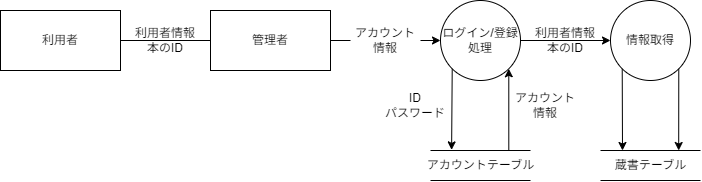
Above: documents/diagrams/DFD_レベル2_返却処理.drawio.png in OMEGA-himajin/book_database (draw.io), before the change. Source tidied: cells renumbered, new cells last; positions are measured from the earlier drawing's top-left corner, leaving out a move shared by most shapes.
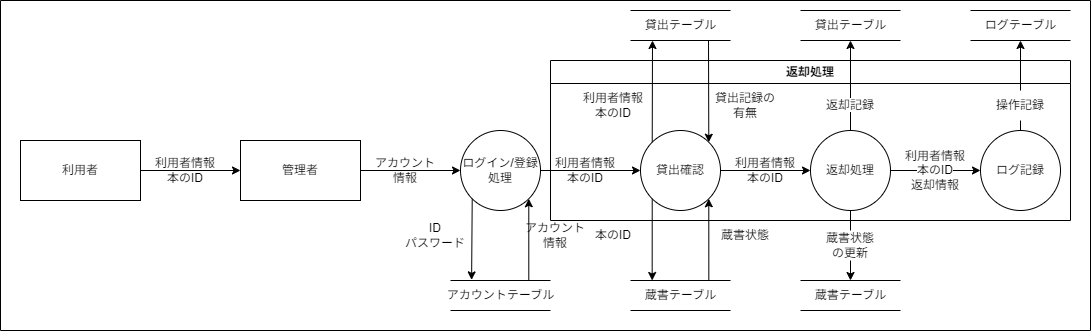
The same diagram one commit later.

The edit, as a diff of the source:
```diff
@@ -2,11 +2,12 @@
   <root>
     <mxCell id="0" />
     <mxCell id="1" parent="0" />
-    <mxCell id="2" style="edgeStyle=none;html=1;strokeColor=#000000;startArrow=none;" parent="1" edge="1" source="11">
-      <mxGeometry relative="1" as="geometry">
-        <mxPoint x="330" y="40" as="targetPoint" />
-      </mxGeometry>
-    </mxCell>
+    <mxCell id="22" style="edgeStyle=none;html=1;strokeColor=#000000;" parent="1" edge="1" source="19" target="33">
+      <mxGeometry relative="1" as="geometry" />
+    </mxCell>
+    <mxCell id="10" style="edgeStyle=none;html=1;strokeColor=#000000;" parent="1" edge="1" source="3" target="11">
+      <mxGeometry relative="1" as="geometry" />
+    </mxCell>
     <mxCell id="3" value="&lt;font color=&quot;#000000&quot;&gt;利用者&lt;/font&gt;" style="rounded=0;whiteSpace=wrap;html=1;fillColor=none;strokeColor=#000000;" parent="1" vertex="1">
       <mxGeometry y="10" width="120" height="60" as="geometry" />
     </mxCell>
@@ -25,14 +26,11 @@
     <mxCell id="8" value="ログイン/登録&lt;br&gt;処理" style="ellipse;whiteSpace=wrap;html=1;labelBackgroundColor=none;fontColor=#000000;fillColor=none;strokeColor=#000000;" parent="1" vertex="1">
       <mxGeometry x="440" width="80" height="80" as="geometry" />
     </mxCell>
-    <mxCell id="9" style="edgeStyle=none;html=1;entryX=0;entryY=0.5;entryDx=0;entryDy=0;strokeColor=#000000;startArrow=none;" parent="1" edge="1" source="16" target="8">
-      <mxGeometry relative="1" as="geometry" />
-    </mxCell>
-    <mxCell id="10" style="edgeStyle=none;html=1;strokeColor=#000000;endArrow=none;" parent="1" edge="1" source="3" target="11">
-      <mxGeometry relative="1" as="geometry" />
-    </mxCell>
+    <mxCell id="23" style="edgeStyle=none;html=1;entryX=0;entryY=0.5;entryDx=0;entryDy=0;strokeColor=#000000;" parent="1" edge="1" source="11" target="8">
+      <mxGeometry relative="1" as="geometry" />
+    </mxCell>
     <mxCell id="11" value="&lt;font color=&quot;#000000&quot;&gt;管理者&lt;/font&gt;" style="rounded=0;whiteSpace=wrap;html=1;fillColor=none;strokeColor=#000000;" parent="1" vertex="1">
-      <mxGeometry x="210" y="10" width="120" height="60" as="geometry" />
+      <mxGeometry x="220" y="10" width="120" height="60" as="geometry" />
     </mxCell>
     <mxCell id="12" value="&lt;font color=&quot;#000000&quot;&gt;アカウントテーブル&lt;/font&gt;" style="html=1;dashed=0;whitespace=wrap;shape=partialRectangle;right=0;left=0;labelBackgroundColor=#FFFFFF;fillColor=none;strokeColor=#000000;" parent="1" vertex="1">
       <mxGeometry x="430" y="150" width="100" height="30" as="geometry" />
@@ -41,32 +39,108 @@
       <mxGeometry x="380" y="90" width="70" height="30" as="geometry" />
     </mxCell>
     <mxCell id="14" value="&lt;font color=&quot;#000000&quot;&gt;アカウント&lt;br&gt;情報&lt;br&gt;&lt;/font&gt;" style="text;html=1;strokeColor=none;fillColor=none;align=center;verticalAlign=middle;whiteSpace=wrap;rounded=0;labelBackgroundColor=none;fontColor=#FFFFFF;" parent="1" vertex="1">
-      <mxGeometry x="510" y="90" width="70" height="30" as="geometry" />
+      <mxGeometry x="500" y="90" width="70" height="30" as="geometry" />
     </mxCell>
-    <mxCell id="15" style="edgeStyle=none;html=1;entryX=0;entryY=0.5;entryDx=0;entryDy=0;strokeColor=#000000;endArrow=none;" parent="1" edge="1" source="11" target="16">
-      <mxGeometry relative="1" as="geometry" />
-    </mxCell>
     <mxCell id="16" value="&lt;font color=&quot;#000000&quot;&gt;アカウント情報&lt;br&gt;&lt;/font&gt;" style="text;html=1;strokeColor=none;fillColor=none;align=center;verticalAlign=middle;whiteSpace=wrap;rounded=0;labelBackgroundColor=none;fontColor=#FFFFFF;" parent="1" vertex="1">
       <mxGeometry x="350" y="25" width="70" height="30" as="geometry" />
     </mxCell>
-    <mxCell id="17" style="edgeStyle=none;html=1;exitX=0;exitY=1;exitDx=0;exitDy=0;strokeColor=#000000;" parent="1" edge="1" source="19">
-      <mxGeometry relative="1" as="geometry">
-        <mxPoint x="622" y="150" as="targetPoint" />
-      </mxGeometry>
-    </mxCell>
-    <mxCell id="18" style="edgeStyle=none;html=1;exitX=1;exitY=1;exitDx=0;exitDy=0;strokeColor=#000000;" parent="1" edge="1" source="19">
-      <mxGeometry relative="1" as="geometry">
-        <mxPoint x="678.2" y="150" as="targetPoint" />
-      </mxGeometry>
-    </mxCell>
+    <mxCell id="24" style="edgeStyle=none;html=1;exitX=0;exitY=1;exitDx=0;exitDy=0;strokeColor=#000000;" parent="1" edge="1" source="19">
+      <mxGeometry relative="1" as="geometry">
+        <mxPoint x="631.7" y="150" as="targetPoint" />
+      </mxGeometry>
+    </mxCell>
+    <mxCell id="25" style="edgeStyle=none;html=1;exitX=1;exitY=1;exitDx=0;exitDy=0;strokeColor=#000000;entryX=1;entryY=1;entryDx=0;entryDy=0;" parent="1" edge="1" target="19">
+      <mxGeometry relative="1" as="geometry">
+        <mxPoint x="688.3" y="150" as="sourcePoint" />
+      </mxGeometry>
+    </mxCell>
+    <mxCell id="26" style="edgeStyle=none;html=1;exitX=0;exitY=0;exitDx=0;exitDy=0;strokeColor=#000000;" parent="1" edge="1" source="19">
+      <mxGeometry relative="1" as="geometry">
+        <mxPoint x="632" y="-90" as="targetPoint" />
+      </mxGeometry>
+    </mxCell>
+    <mxCell id="27" style="edgeStyle=none;html=1;strokeColor=#000000;entryX=1;entryY=0;entryDx=0;entryDy=0;" parent="1" edge="1" target="19">
+      <mxGeometry relative="1" as="geometry">
+        <mxPoint x="688" y="-90" as="sourcePoint" />
+      </mxGeometry>
+    </mxCell>
-    <mxCell id="19" value="情報取得" style="ellipse;whiteSpace=wrap;html=1;labelBackgroundColor=none;fontColor=#000000;fillColor=none;strokeColor=#000000;" parent="1" vertex="1">
-      <mxGeometry x="610" width="80" height="80" as="geometry" />
+    <mxCell id="19" value="貸出確認" style="ellipse;whiteSpace=wrap;html=1;labelBackgroundColor=none;fontColor=#000000;fillColor=none;strokeColor=#000000;" parent="1" vertex="1">
+      <mxGeometry x="620" width="80" height="80" as="geometry" />
     </mxCell>
     <mxCell id="20" value="&lt;font color=&quot;#000000&quot;&gt;利用者情報&lt;br&gt;本のID&lt;br&gt;&lt;/font&gt;" style="text;html=1;strokeColor=none;fillColor=none;align=center;verticalAlign=middle;whiteSpace=wrap;rounded=0;labelBackgroundColor=none;fontColor=#FFFFFF;" parent="1" vertex="1">
       <mxGeometry x="530" y="25" width="70" height="30" as="geometry" />
     </mxCell>
     <mxCell id="21" value="&lt;font color=&quot;#000000&quot;&gt;蔵書テーブル&lt;/font&gt;" style="html=1;dashed=0;whitespace=wrap;shape=partialRectangle;right=0;left=0;labelBackgroundColor=#FFFFFF;fillColor=none;strokeColor=#000000;" parent="1" vertex="1">
-      <mxGeometry x="600" y="150" width="100" height="30" as="geometry" />
+      <mxGeometry x="610" y="150" width="100" height="30" as="geometry" />
     </mxCell>
+    <mxCell id="28" value="&lt;font color=&quot;#000000&quot;&gt;本のID&lt;br&gt;&lt;/font&gt;" style="text;html=1;strokeColor=none;fillColor=none;align=center;verticalAlign=middle;whiteSpace=wrap;rounded=0;labelBackgroundColor=none;fontColor=#FFFFFF;" parent="1" vertex="1">
+      <mxGeometry x="558" y="90" width="70" height="30" as="geometry" />
+    </mxCell>
+    <mxCell id="29" value="&lt;font color=&quot;#000000&quot;&gt;蔵書状態&lt;br&gt;&lt;/font&gt;" style="text;html=1;strokeColor=none;fillColor=none;align=center;verticalAlign=middle;whiteSpace=wrap;rounded=0;labelBackgroundColor=none;fontColor=#FFFFFF;" parent="1" vertex="1">
+      <mxGeometry x="690" y="90" width="70" height="30" as="geometry" />
+    </mxCell>
+    <mxCell id="30" style="edgeStyle=none;html=1;entryX=0.5;entryY=0;entryDx=0;entryDy=0;strokeColor=#000000;startArrow=none;" parent="1" edge="1" source="45" target="38">
+      <mxGeometry relative="1" as="geometry" />
+    </mxCell>
+    <mxCell id="31" style="edgeStyle=none;html=1;entryX=0.5;entryY=1;entryDx=0;entryDy=0;strokeColor=#000000;" parent="1" edge="1" source="33" target="39">
+      <mxGeometry relative="1" as="geometry" />
+    </mxCell>
+    <mxCell id="32" style="edgeStyle=none;html=1;entryX=0;entryY=0.5;entryDx=0;entryDy=0;strokeColor=#000000;" parent="1" edge="1" source="33" target="42">
+      <mxGeometry relative="1" as="geometry" />
+    </mxCell>
+    <mxCell id="33" value="返却処理" style="ellipse;whiteSpace=wrap;html=1;labelBackgroundColor=none;fontColor=#000000;fillColor=none;strokeColor=#000000;" parent="1" vertex="1">
+      <mxGeometry x="790" width="80" height="80" as="geometry" />
+    </mxCell>
+    <mxCell id="34" value="&lt;font color=&quot;#000000&quot;&gt;&lt;span style=&quot;background-color: rgb(255, 255, 255);&quot;&gt;利用者情報&lt;br&gt;&lt;/span&gt;本のID&lt;br&gt;&lt;/font&gt;" style="text;html=1;strokeColor=none;fillColor=none;align=center;verticalAlign=middle;whiteSpace=wrap;rounded=0;labelBackgroundColor=none;fontColor=#FFFFFF;" parent="1" vertex="1">
+      <mxGeometry x="710" y="25" width="70" height="30" as="geometry" />
+    </mxCell>
+    <mxCell id="35" value="&lt;font color=&quot;#000000&quot;&gt;貸出テーブル&lt;/font&gt;" style="html=1;dashed=0;whitespace=wrap;shape=partialRectangle;right=0;left=0;labelBackgroundColor=#FFFFFF;fillColor=none;strokeColor=#000000;" parent="1" vertex="1">
+      <mxGeometry x="610" y="-120" width="100" height="30" as="geometry" />
+    </mxCell>
+    <mxCell id="36" value="&lt;font color=&quot;#000000&quot;&gt;&lt;span style=&quot;background-color: rgb(255, 255, 255);&quot;&gt;利用者情報&lt;br&gt;&lt;/span&gt;本のID&lt;br&gt;&lt;/font&gt;" style="text;html=1;strokeColor=none;fillColor=none;align=center;verticalAlign=middle;whiteSpace=wrap;rounded=0;labelBackgroundColor=none;fontColor=#FFFFFF;" parent="1" vertex="1">
+      <mxGeometry x="558" y="-40" width="70" height="30" as="geometry" />
+    </mxCell>
+    <mxCell id="37" value="&lt;font color=&quot;#000000&quot;&gt;&lt;span style=&quot;background-color: rgb(255, 255, 255);&quot;&gt;貸出記録の有無&lt;/span&gt;&lt;br&gt;&lt;/font&gt;" style="text;html=1;strokeColor=none;fillColor=none;align=center;verticalAlign=middle;whiteSpace=wrap;rounded=0;labelBackgroundColor=none;fontColor=#FFFFFF;" parent="1" vertex="1">
+      <mxGeometry x="690" y="-40" width="70" height="30" as="geometry" />
+    </mxCell>
+    <mxCell id="38" value="&lt;font color=&quot;#000000&quot;&gt;蔵書テーブル&lt;/font&gt;" style="html=1;dashed=0;whitespace=wrap;shape=partialRectangle;right=0;left=0;labelBackgroundColor=#FFFFFF;fillColor=none;strokeColor=#000000;" parent="1" vertex="1">
+      <mxGeometry x="780" y="150" width="100" height="30" as="geometry" />
+    </mxCell>
+    <mxCell id="39" value="&lt;font color=&quot;#000000&quot;&gt;貸出テーブル&lt;/font&gt;" style="html=1;dashed=0;whitespace=wrap;shape=partialRectangle;right=0;left=0;labelBackgroundColor=#FFFFFF;fillColor=none;strokeColor=#000000;" parent="1" vertex="1">
+      <mxGeometry x="780" y="-120" width="100" height="30" as="geometry" />
+    </mxCell>
+    <mxCell id="40" value="&lt;font color=&quot;#000000&quot;&gt;&lt;span style=&quot;background-color: rgb(255, 255, 255);&quot;&gt;返却記録&lt;/span&gt;&lt;br&gt;&lt;/font&gt;" style="text;html=1;strokeColor=none;fillColor=none;align=center;verticalAlign=middle;whiteSpace=wrap;rounded=0;labelBackgroundColor=none;fontColor=#FFFFFF;" parent="1" vertex="1">
+      <mxGeometry x="795" y="-40" width="70" height="30" as="geometry" />
+    </mxCell>
+    <mxCell id="41" style="edgeStyle=none;html=1;entryX=0.5;entryY=1;entryDx=0;entryDy=0;strokeColor=#000000;startArrow=none;" parent="1" edge="1" source="48" target="46">
+      <mxGeometry relative="1" as="geometry" />
+    </mxCell>
+    <mxCell id="42" value="ログ記録" style="ellipse;whiteSpace=wrap;html=1;labelBackgroundColor=none;fontColor=#000000;fillColor=none;strokeColor=#000000;" parent="1" vertex="1">
+      <mxGeometry x="960" width="80" height="80" as="geometry" />
+    </mxCell>
+    <mxCell id="43" value="&lt;font color=&quot;#000000&quot;&gt;&lt;span style=&quot;background-color: rgb(255, 255, 255);&quot;&gt;利用者情報&lt;br&gt;本のID&lt;br&gt;返却情報&lt;/span&gt;&lt;br&gt;&lt;/font&gt;" style="text;html=1;strokeColor=none;fillColor=none;align=center;verticalAlign=middle;whiteSpace=wrap;rounded=0;labelBackgroundColor=none;fontColor=#FFFFFF;" parent="1" vertex="1">
+      <mxGeometry x="880" y="25" width="70" height="30" as="geometry" />
+    </mxCell>
+    <mxCell id="44" style="edgeStyle=none;html=1;entryX=0.5;entryY=0;entryDx=0;entryDy=0;strokeColor=#000000;endArrow=none;" parent="1" edge="1" source="33" target="45">
+      <mxGeometry relative="1" as="geometry" />
+    </mxCell>
+    <mxCell id="45" value="&lt;font color=&quot;#000000&quot;&gt;&lt;span style=&quot;background-color: rgb(255, 255, 255);&quot;&gt;蔵書状態&lt;br&gt;の更新&lt;/span&gt;&lt;br&gt;&lt;/font&gt;" style="text;html=1;strokeColor=none;fillColor=none;align=center;verticalAlign=middle;whiteSpace=wrap;rounded=0;labelBackgroundColor=none;fontColor=#FFFFFF;" parent="1" vertex="1">
+      <mxGeometry x="795" y="100" width="70" height="30" as="geometry" />
+    </mxCell>
+    <mxCell id="46" value="&lt;font color=&quot;#000000&quot;&gt;ログテーブル&lt;/font&gt;" style="html=1;dashed=0;whitespace=wrap;shape=partialRectangle;right=0;left=0;labelBackgroundColor=#FFFFFF;fillColor=none;strokeColor=#000000;" parent="1" vertex="1">
+      <mxGeometry x="950" y="-120" width="100" height="30" as="geometry" />
+    </mxCell>
+    <mxCell id="47" style="edgeStyle=none;html=1;entryX=0.5;entryY=1;entryDx=0;entryDy=0;strokeColor=#000000;endArrow=none;" parent="1" edge="1" source="42" target="48">
+      <mxGeometry relative="1" as="geometry" />
+    </mxCell>
+    <mxCell id="48" value="&lt;font color=&quot;#000000&quot;&gt;&lt;span style=&quot;background-color: rgb(255, 255, 255);&quot;&gt;操作記録&lt;/span&gt;&lt;br&gt;&lt;/font&gt;" style="text;html=1;strokeColor=none;fillColor=none;align=center;verticalAlign=middle;whiteSpace=wrap;rounded=0;labelBackgroundColor=none;fontColor=#FFFFFF;" parent="1" vertex="1">
+      <mxGeometry x="965" y="-40" width="70" height="30" as="geometry" />
+    </mxCell>
+    <mxCell id="49" value="&lt;font color=&quot;#000000&quot;&gt;返却処理&lt;/font&gt;" style="swimlane;whiteSpace=wrap;html=1;labelBackgroundColor=#FFFFFF;strokeColor=#000000;fillColor=none;" parent="1" vertex="1">
+      <mxGeometry x="530" y="-70" width="520" height="160" as="geometry" />
+    </mxCell>
+    <mxCell id="50" style="swimlane;startSize=0;labelBackgroundColor=#FFFFFF;strokeColor=#000000;fontColor=#000000;fillColor=none;" parent="1" vertex="1">
+      <mxGeometry x="-20" y="-130" width="1090" height="330" as="geometry" />
+    </mxCell>
   </root>
 </mxGraphModel>
```
